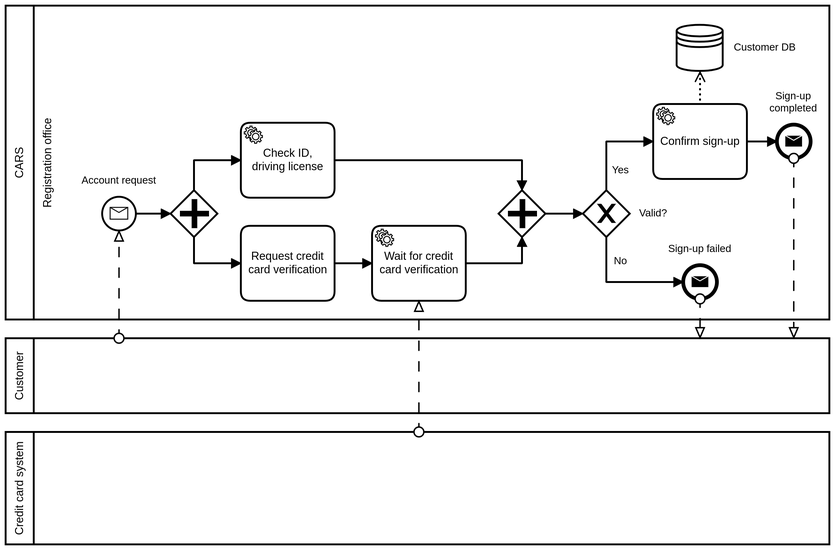
Earlier version of the BPMN export car_rental/models/signup_process_to_be.png (franco-ruggeri/polito-information-systems). Its source is kept beside it as car_rental/models/signup_process_to_be.bpmn. Ids are renumbered. Source of this version:
```xml
<bpmn:definitions xmlns:bpmn="http://www.omg.org/spec/BPMN/20100524/MODEL" xmlns:bpmndi="http://www.omg.org/spec/BPMN/20100524/DI" xmlns:dc="http://www.omg.org/spec/DD/20100524/DC" xmlns:di="http://www.omg.org/spec/DD/20100524/DI" xmlns:modeler="http://camunda.org/schema/modeler/1.0" id="Definitions_n1" targetNamespace="http://bpmn.io/schema/bpmn" exporter="Camunda Modeler" exporterVersion="4.9.0" modeler:executionPlatform="Camunda Platform" modeler:executionPlatformVersion="7.15.0">
  <bpmn:collaboration id="Collaboration_n2">
    <bpmn:participant id="Participant_n3" name="CARS" processRef="Process_n4" />
    <bpmn:participant id="Participant_n5" name="Customer" processRef="Process_n6" />
    <bpmn:participant id="Participant_n7" name="Credit card system" processRef="Process_n8" />
    <bpmn:messageFlow id="Flow_n9" sourceRef="Participant_n5" targetRef="StartEvent_1" />
    <bpmn:messageFlow id="Flow_n10" sourceRef="Event_n11" targetRef="Participant_n5" />
    <bpmn:messageFlow id="Flow_n12" sourceRef="Event_n13" targetRef="Participant_n5" />
    <bpmn:messageFlow id="Flow_n14" sourceRef="Participant_n7" targetRef="Activity_n15" />
  </bpmn:collaboration>
  <bpmn:process id="Process_n4" isExecutable="true">
    <bpmn:laneSet id="LaneSet_n16">
      <bpmn:lane id="Lane_n17" name="Registration office">
        <bpmn:flowNodeRef>StartEvent_1</bpmn:flowNodeRef>
        <bpmn:flowNodeRef>Activity_n18</bpmn:flowNodeRef>
        <bpmn:flowNodeRef>Gateway_n19</bpmn:flowNodeRef>
        <bpmn:flowNodeRef>Activity_n15</bpmn:flowNodeRef>
        <bpmn:flowNodeRef>Activity_n20</bpmn:flowNodeRef>
        <bpmn:flowNodeRef>Gateway_n21</bpmn:flowNodeRef>
        <bpmn:flowNodeRef>Event_n11</bpmn:flowNodeRef>
        <bpmn:flowNodeRef>Event_n13</bpmn:flowNodeRef>
        <bpmn:flowNodeRef>Activity_n22</bpmn:flowNodeRef>
        <bpmn:flowNodeRef>Gateway_n23</bpmn:flowNodeRef>
      </bpmn:lane>
    </bpmn:laneSet>
    <bpmn:startEvent id="StartEvent_1" name="Account request">
      <bpmn:outgoing>Flow_n24</bpmn:outgoing>
      <bpmn:messageEventDefinition id="MessageEventDefinition_n25" />
    </bpmn:startEvent>
    <bpmn:serviceTask id="Activity_n18" name="Check ID, driving license">
      <bpmn:incoming>Flow_n26</bpmn:incoming>
      <bpmn:outgoing>Flow_n27</bpmn:outgoing>
    </bpmn:serviceTask>
    <bpmn:parallelGateway id="Gateway_n19">
      <bpmn:incoming>Flow_n24</bpmn:incoming>
      <bpmn:outgoing>Flow_n26</bpmn:outgoing>
      <bpmn:outgoing>Flow_n28</bpmn:outgoing>
    </bpmn:parallelGateway>
    <bpmn:sequenceFlow id="Flow_n24" sourceRef="StartEvent_1" targetRef="Gateway_n19" />
    <bpmn:sequenceFlow id="Flow_n26" sourceRef="Gateway_n19" targetRef="Activity_n18" />
    <bpmn:sequenceFlow id="Flow_n27" sourceRef="Activity_n18" targetRef="Gateway_n23" />
    <bpmn:sequenceFlow id="Flow_n28" sourceRef="Gateway_n19" targetRef="Activity_n20" />
    <bpmn:sequenceFlow id="Flow_n29" sourceRef="Activity_n15" targetRef="Gateway_n23" />
    <bpmn:serviceTask id="Activity_n15" name="Wait for credit card verification">
      <bpmn:incoming>Flow_n30</bpmn:incoming>
      <bpmn:outgoing>Flow_n29</bpmn:outgoing>
    </bpmn:serviceTask>
    <bpmn:task id="Activity_n20" name="Request credit card verification">
      <bpmn:incoming>Flow_n28</bpmn:incoming>
      <bpmn:outgoing>Flow_n30</bpmn:outgoing>
    </bpmn:task>
    <bpmn:sequenceFlow id="Flow_n30" sourceRef="Activity_n20" targetRef="Activity_n15" />
    <bpmn:exclusiveGateway id="Gateway_n21" name="Valid?">
      <bpmn:incoming>Flow_n31</bpmn:incoming>
      <bpmn:outgoing>Flow_n32</bpmn:outgoing>
      <bpmn:outgoing>Flow_n33</bpmn:outgoing>
    </bpmn:exclusiveGateway>
    <bpmn:endEvent id="Event_n11" name="Sign-up failed">
      <bpmn:incoming>Flow_n33</bpmn:incoming>
      <bpmn:messageEventDefinition id="MessageEventDefinition_n34" />
    </bpmn:endEvent>
    <bpmn:dataStoreReference id="DataStoreReference_n35" name="Customer DB" />
    <bpmn:endEvent id="Event_n13" name="Sign-up completed">
      <bpmn:incoming>Flow_n36</bpmn:incoming>
      <bpmn:messageEventDefinition id="MessageEventDefinition_n37" />
    </bpmn:endEvent>
    <bpmn:serviceTask id="Activity_n22" name="Confirm sign-up">
      <bpmn:incoming>Flow_n32</bpmn:incoming>
      <bpmn:outgoing>Flow_n36</bpmn:outgoing>
      <bpmn:dataOutputAssociation id="DataOutputAssociation_n38">
        <bpmn:targetRef>DataStoreReference_n35</bpmn:targetRef>
      </bpmn:dataOutputAssociation>
    </bpmn:serviceTask>
    <bpmn:parallelGateway id="Gateway_n23">
      <bpmn:incoming>Flow_n27</bpmn:incoming>
      <bpmn:incoming>Flow_n29</bpmn:incoming>
      <bpmn:outgoing>Flow_n31</bpmn:outgoing>
    </bpmn:parallelGateway>
    <bpmn:sequenceFlow id="Flow_n31" sourceRef="Gateway_n23" targetRef="Gateway_n21" />
    <bpmn:sequenceFlow id="Flow_n32" name="Yes" sourceRef="Gateway_n21" targetRef="Activity_n22" />
    <bpmn:sequenceFlow id="Flow_n33" name="No" sourceRef="Gateway_n21" targetRef="Event_n11" />
    <bpmn:sequenceFlow id="Flow_n36" sourceRef="Activity_n22" targetRef="Event_n13" />
  </bpmn:process>
  <bpmn:process id="Process_n6" isExecutable="false" />
  <bpmn:process id="Process_n8" isExecutable="false" />
  <bpmndi:BPMNDiagram id="BPMNDiagram_1">
    <bpmndi:BPMNPlane id="BPMNPlane_1" bpmnElement="Collaboration_n2">
      <bpmndi:BPMNShape id="Participant_n3_di" bpmnElement="Participant_n3" isHorizontal="true">
        <dc:Bounds x="129" y="85" width="879" height="335" />
      </bpmndi:BPMNShape>
      <bpmndi:BPMNShape id="Lane_n17_di" bpmnElement="Lane_n17" isHorizontal="true">
        <dc:Bounds x="159" y="85" width="849" height="335" />
      </bpmndi:BPMNShape>
      <bpmndi:BPMNEdge id="Flow_n24_di" bpmnElement="Flow_n24">
        <di:waypoint x="268" y="307" />
        <di:waypoint x="305" y="307" />
      </bpmndi:BPMNEdge>
      <bpmndi:BPMNEdge id="Flow_n26_di" bpmnElement="Flow_n26">
        <di:waypoint x="330" y="282" />
        <di:waypoint x="330" y="250" />
        <di:waypoint x="380" y="250" />
      </bpmndi:BPMNEdge>
      <bpmndi:BPMNEdge id="Flow_n27_di" bpmnElement="Flow_n27">
        <di:waypoint x="480" y="250" />
        <di:waypoint x="680" y="250" />
        <di:waypoint x="680" y="282" />
      </bpmndi:BPMNEdge>
      <bpmndi:BPMNEdge id="Flow_n28_di" bpmnElement="Flow_n28">
        <di:waypoint x="330" y="332" />
        <di:waypoint x="330" y="360" />
        <di:waypoint x="380" y="360" />
      </bpmndi:BPMNEdge>
      <bpmndi:BPMNEdge id="Flow_n29_di" bpmnElement="Flow_n29">
        <di:waypoint x="620" y="360" />
        <di:waypoint x="680" y="360" />
        <di:waypoint x="680" y="332" />
      </bpmndi:BPMNEdge>
      <bpmndi:BPMNEdge id="Flow_n30_di" bpmnElement="Flow_n30">
        <di:waypoint x="480" y="360" />
        <di:waypoint x="520" y="360" />
      </bpmndi:BPMNEdge>
      <bpmndi:BPMNEdge id="Flow_n31_di" bpmnElement="Flow_n31">
        <di:waypoint x="705" y="307" />
        <di:waypoint x="745" y="307" />
      </bpmndi:BPMNEdge>
      <bpmndi:BPMNEdge id="Flow_n32_di" bpmnElement="Flow_n32">
        <di:waypoint x="770" y="282" />
        <di:waypoint x="770" y="230" />
        <di:waypoint x="820" y="230" />
        <bpmndi:BPMNLabel>
          <dc:Bounds x="776" y="254" width="19" height="14" />
        </bpmndi:BPMNLabel>
      </bpmndi:BPMNEdge>
      <bpmndi:BPMNEdge id="Flow_n33_di" bpmnElement="Flow_n33">
        <di:waypoint x="770" y="332" />
        <di:waypoint x="770" y="380" />
        <di:waypoint x="852" y="380" />
        <bpmndi:BPMNLabel>
          <dc:Bounds x="778" y="351" width="15" height="14" />
        </bpmndi:BPMNLabel>
      </bpmndi:BPMNEdge>
      <bpmndi:BPMNEdge id="Flow_n36_di" bpmnElement="Flow_n36">
        <di:waypoint x="920" y="230" />
        <di:waypoint x="952" y="230" />
      </bpmndi:BPMNEdge>
      <bpmndi:BPMNShape id="Event_1icq9xb_di" bpmnElement="StartEvent_1">
        <dc:Bounds x="232" y="289" width="36" height="36" />
        <bpmndi:BPMNLabel>
          <dc:Bounds x="210" y="265" width="80" height="14" />
        </bpmndi:BPMNLabel>
      </bpmndi:BPMNShape>
      <bpmndi:BPMNShape id="Activity_10mdjvp_di" bpmnElement="Activity_n18">
        <dc:Bounds x="380" y="210" width="100" height="80" />
      </bpmndi:BPMNShape>
      <bpmndi:BPMNShape id="Gateway_0wd7lol_di" bpmnElement="Gateway_n19">
        <dc:Bounds x="305" y="282" width="50" height="50" />
      </bpmndi:BPMNShape>
      <bpmndi:BPMNShape id="Activity_18aavhh_di" bpmnElement="Activity_n15">
        <dc:Bounds x="520" y="320" width="100" height="80" />
      </bpmndi:BPMNShape>
      <bpmndi:BPMNShape id="Activity_n20_di" bpmnElement="Activity_n20">
        <dc:Bounds x="380" y="320" width="100" height="80" />
      </bpmndi:BPMNShape>
      <bpmndi:BPMNShape id="Gateway_n21_di" bpmnElement="Gateway_n21" isMarkerVisible="true">
        <dc:Bounds x="745" y="282" width="50" height="50" />
        <bpmndi:BPMNLabel>
          <dc:Bounds x="805" y="300" width="30" height="14" />
        </bpmndi:BPMNLabel>
      </bpmndi:BPMNShape>
      <bpmndi:BPMNShape id="Event_1rhxump_di" bpmnElement="Event_n11">
        <dc:Bounds x="852" y="362" width="36" height="36" />
        <bpmndi:BPMNLabel>
          <dc:Bounds x="836" y="338" width="68" height="14" />
        </bpmndi:BPMNLabel>
      </bpmndi:BPMNShape>
      <bpmndi:BPMNShape id="DataStoreReference_n35_di" bpmnElement="DataStoreReference_n35">
        <dc:Bounds x="845" y="105" width="50" height="50" />
        <bpmndi:BPMNLabel>
          <dc:Bounds x="906" y="123" width="67" height="14" />
        </bpmndi:BPMNLabel>
      </bpmndi:BPMNShape>
      <bpmndi:BPMNShape id="Event_1f43cir_di" bpmnElement="Event_n13">
        <dc:Bounds x="952" y="212" width="36" height="36" />
        <bpmndi:BPMNLabel>
          <dc:Bounds x="944" y="175" width="51" height="27" />
        </bpmndi:BPMNLabel>
      </bpmndi:BPMNShape>
      <bpmndi:BPMNShape id="Activity_0277xwz_di" bpmnElement="Activity_n22">
        <dc:Bounds x="820" y="190" width="100" height="80" />
      </bpmndi:BPMNShape>
      <bpmndi:BPMNShape id="Gateway_n23_di" bpmnElement="Gateway_n23">
        <dc:Bounds x="655" y="282" width="50" height="50" />
      </bpmndi:BPMNShape>
      <bpmndi:BPMNShape id="Participant_n5_di" bpmnElement="Participant_n5" isHorizontal="true">
        <dc:Bounds x="129" y="440" width="879" height="80" />
      </bpmndi:BPMNShape>
      <bpmndi:BPMNShape id="Participant_n7_di" bpmnElement="Participant_n7" isHorizontal="true">
        <dc:Bounds x="129" y="540" width="879" height="120" />
      </bpmndi:BPMNShape>
      <bpmndi:BPMNEdge id="Flow_n9_di" bpmnElement="Flow_n9">
        <di:waypoint x="250" y="440" />
        <di:waypoint x="250" y="325" />
      </bpmndi:BPMNEdge>
      <bpmndi:BPMNEdge id="Flow_n10_di" bpmnElement="Flow_n10">
        <di:waypoint x="870" y="398" />
        <di:waypoint x="870" y="440" />
      </bpmndi:BPMNEdge>
      <bpmndi:BPMNEdge id="Flow_n12_di" bpmnElement="Flow_n12">
        <di:waypoint x="970" y="248" />
        <di:waypoint x="970" y="440" />
      </bpmndi:BPMNEdge>
      <bpmndi:BPMNEdge id="Flow_n14_di" bpmnElement="Flow_n14">
        <di:waypoint x="570" y="540" />
        <di:waypoint x="570" y="400" />
      </bpmndi:BPMNEdge>
      <bpmndi:BPMNEdge id="DataOutputAssociation_n38_di" bpmnElement="DataOutputAssociation_n38">
        <di:waypoint x="870" y="190" />
        <di:waypoint x="870" y="155" />
      </bpmndi:BPMNEdge>
    </bpmndi:BPMNPlane>
  </bpmndi:BPMNDiagram>
</bpmn:definitions>
```
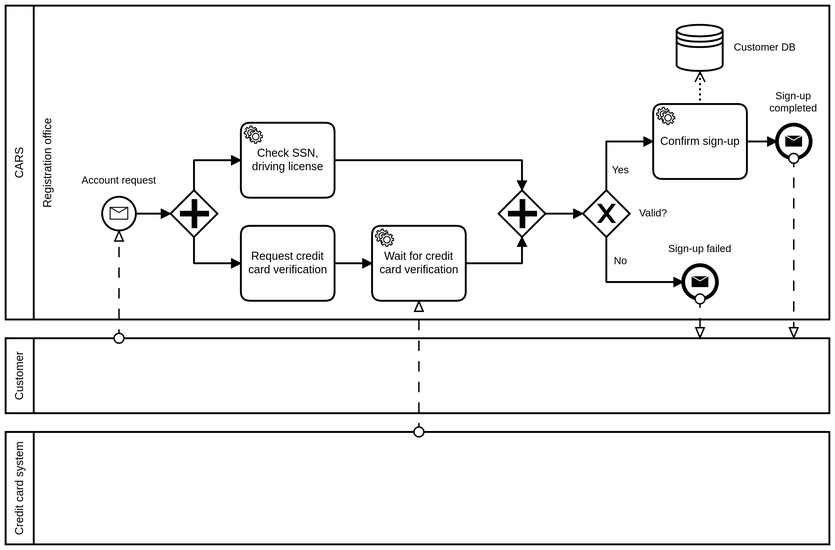
Above is the later version.

The edit, as a diff of the source:
```diff
@@ -27,7 +27,7 @@
       <bpmn:outgoing>Flow_n24</bpmn:outgoing>
       <bpmn:messageEventDefinition id="MessageEventDefinition_n25" />
     </bpmn:startEvent>
-    <bpmn:serviceTask id="Activity_n18" name="Check ID, driving license">
+    <bpmn:serviceTask id="Activity_n18" name="Check SSN, driving license">
       <bpmn:incoming>Flow_n26</bpmn:incoming>
       <bpmn:outgoing>Flow_n27</bpmn:outgoing>
     </bpmn:serviceTask>
```
